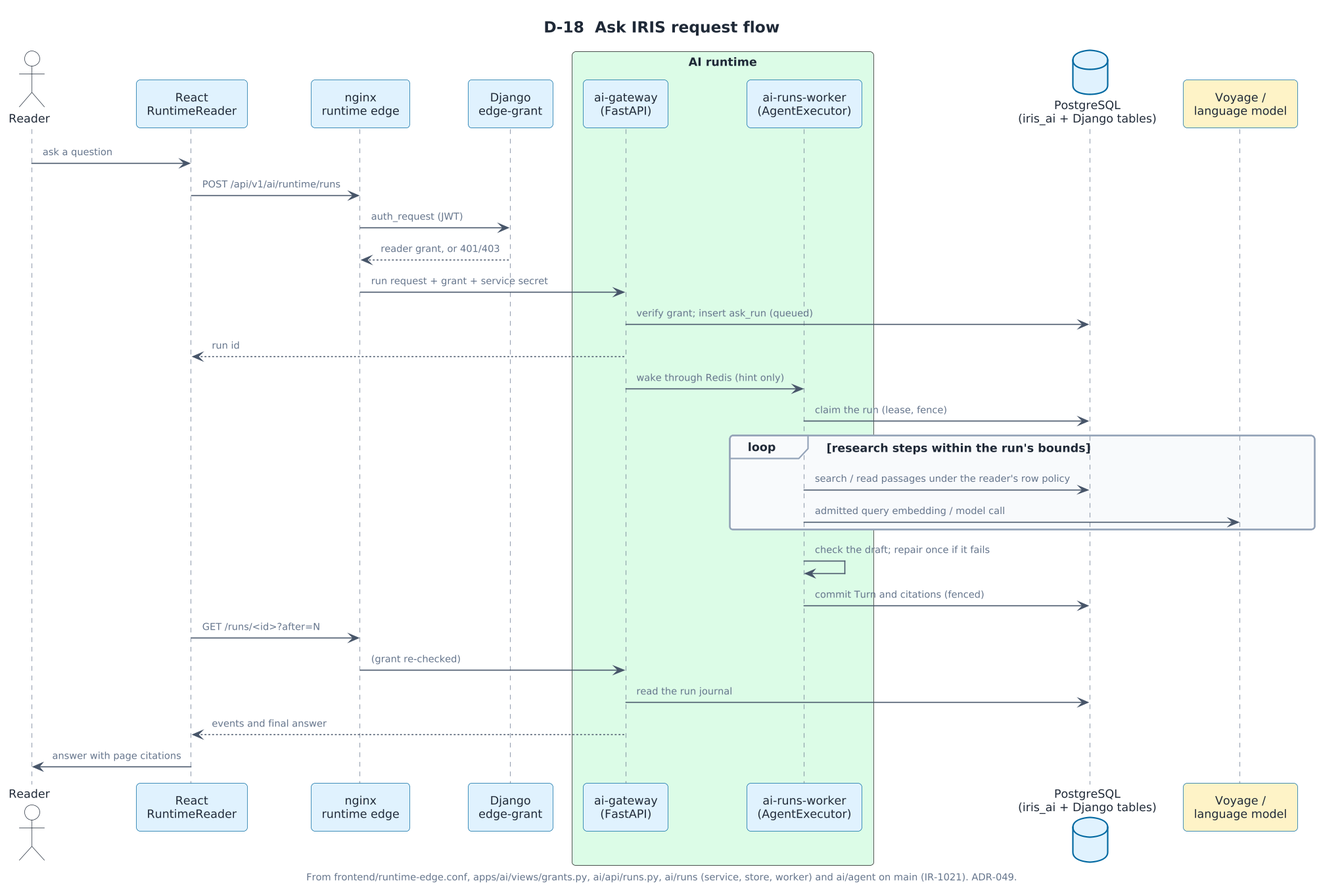
The PlantUML diagram docs/diagrams/section-d/png/D-18-architecture-ask-iris-flow.png in moisturicer/IRIS, before a commit. Its source is kept beside it as docs/diagrams/section-d/src/D-18-architecture-ask-iris-flow.puml.
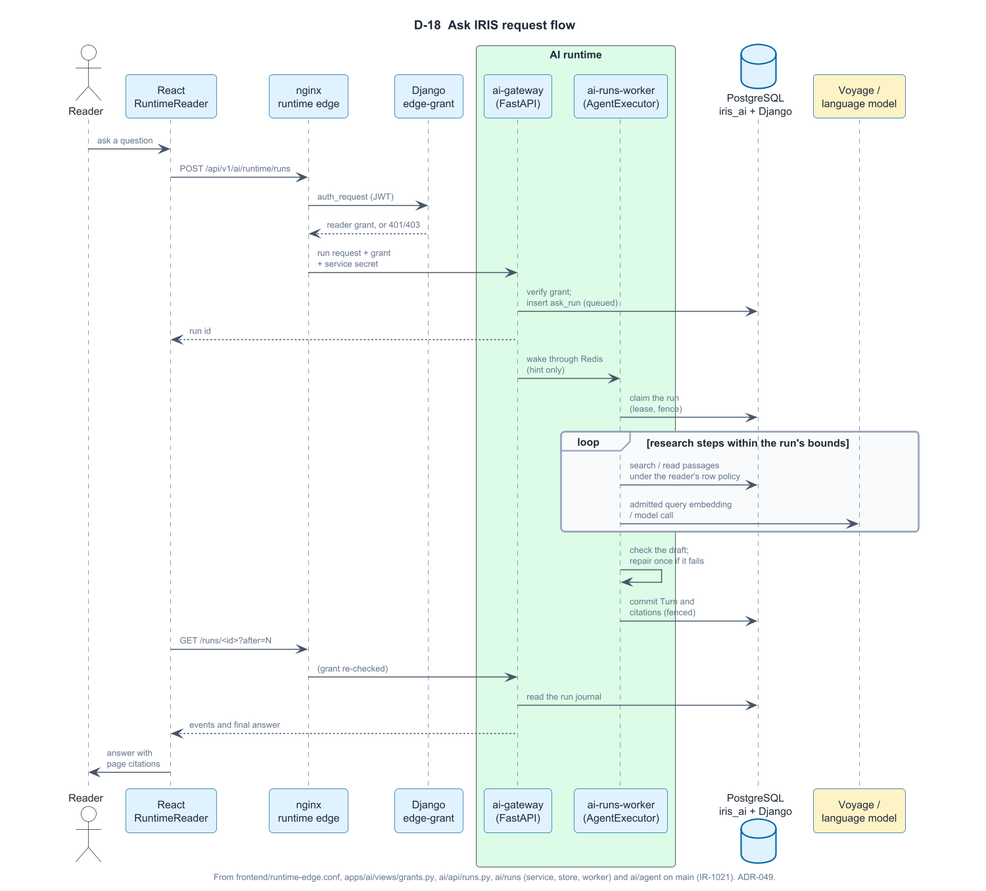
Above is the later version.

What changed in the source:
```diff
@@ -1,8 +1,9 @@
 @startuml
 !include ../iris-style.puml
 skinparam SequenceMessageAlign left
-skinparam ParticipantPadding 8
-skinparam BoxPadding 6
+skinparam ParticipantPadding 4
+skinparam BoxPadding 4
+skinparam maxMessageSize 150
 title D-18  Ask IRIS request flow
 caption From frontend/runtime-edge.conf, apps/ai/views/grants.py, ai/api/runs.py, ai/runs (service, store, worker) and ai/agent on main (IR-1021). ADR-049.
 
@@ -14,27 +15,27 @@
 participant "ai-gateway\n(FastAPI)" as gw
 participant "ai-runs-worker\n(AgentExecutor)" as w
 end box
-database "PostgreSQL\n(iris_ai + Django tables)" as db
+database "PostgreSQL\niris_ai + Django" as db
 participant "Voyage /\nlanguage model" as ext #FEF3C7
 
 Reader -> spa : ask a question
 spa -> edge : POST /api/v1/ai/runtime/runs
 edge -> dj : auth_request (JWT)
 dj --> edge : reader grant, or 401/403
-edge -> gw : run request + grant + service secret
-gw -> db : verify grant; insert ask_run (queued)
+edge -> gw : run request + grant\n+ service secret
+gw -> db : verify grant;\ninsert ask_run (queued)
 gw --> spa : run id
-gw -> w : wake through Redis (hint only)
-w -> db : claim the run (lease, fence)
+gw -> w : wake through Redis\n(hint only)
+w -> db : claim the run\n(lease, fence)
 loop research steps within the run's bounds
-  w -> db : search / read passages under the reader's row policy
-  w -> ext : admitted query embedding / model call
+  w -> db : search / read passages\nunder the reader's row policy
+  w -> ext : admitted query embedding\n/ model call
 end
-w -> w : check the draft; repair once if it fails
-w -> db : commit Turn and citations (fenced)
+w -> w : check the draft;\nrepair once if it fails
+w -> db : commit Turn and\ncitations (fenced)
 spa -> edge : GET /runs/<id>?after=N
 edge -> gw : (grant re-checked)
 gw -> db : read the run journal
 gw --> spa : events and final answer
-spa -> Reader : answer with page citations
+spa -> Reader : answer with\npage citations
 @enduml
```
